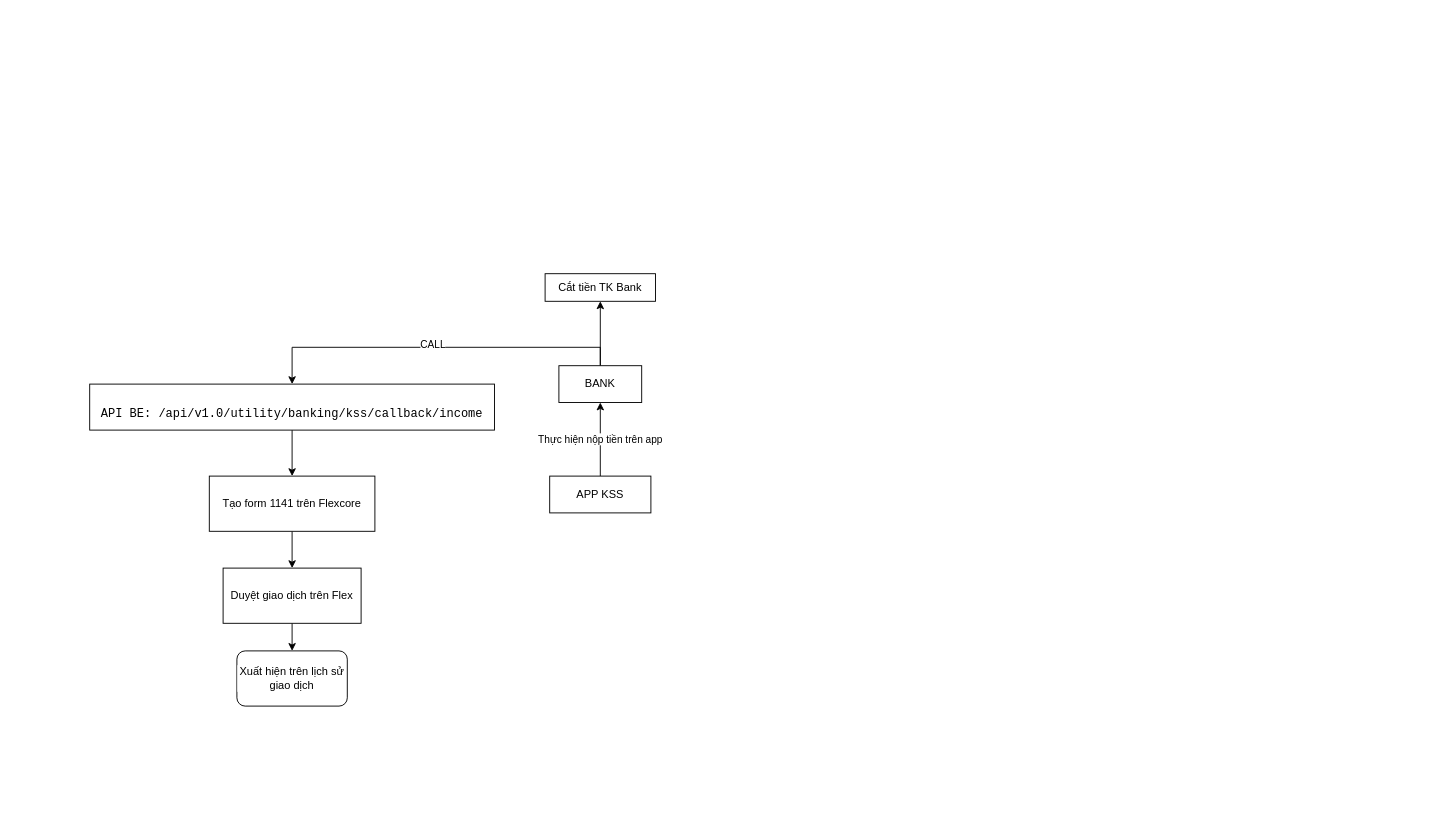
The draw.io diagram Untitled Diagram.drawio in VIethoangnguyenle/Calculator-SOAP-Service, before the edit. Source tidied: cells renumbered, new cells numbered last; positions are measured from the earlier drawing's top-left corner, leaving out a move shared by most shapes. Both pictures are drawn from the tidied source at 92%, with x=0, y=0 at pixel (89, 273).
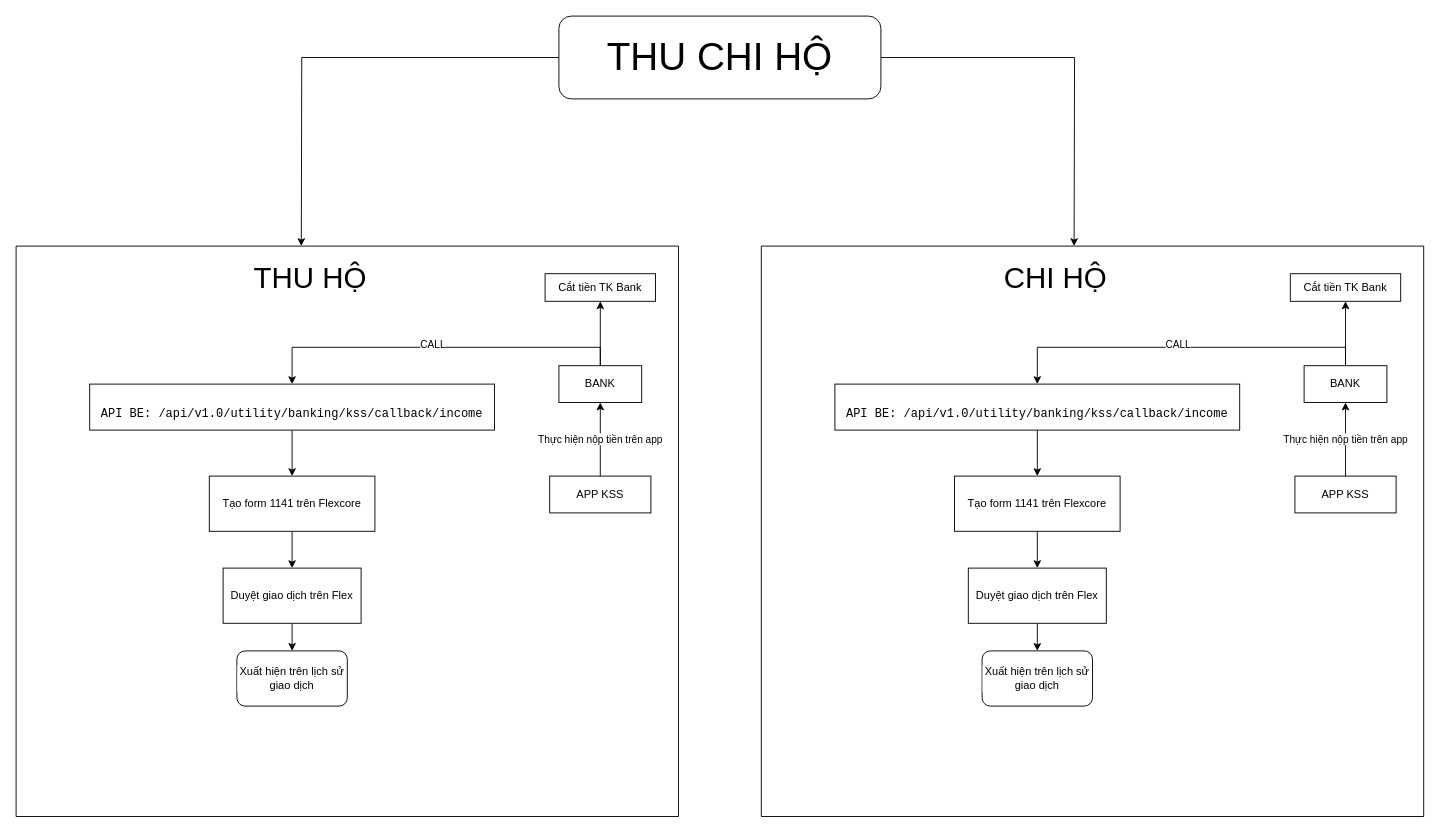
Above is the later version.

What changed in the source:
```diff
@@
+    <mxCell id="16" value="&lt;font style=&quot;font-size: 32px&quot;&gt;THU HỘ&lt;/font&gt;" style="text;html=1;strokeColor=none;fillColor=none;align=center;verticalAlign=middle;whiteSpace=wrap;rounded=0;labelBackgroundColor=#FFFFFF;fontColor=#000000;" parent="1" vertex="1">
+      <mxGeometry x="160" y="-10" width="160" height="30" as="geometry" />
+    </mxCell>
+    <mxCell id="17" style="endArrow=none;html=1;rounded=0;fontSize=32;fontColor=#000000;" parent="1" edge="1">
+      <mxGeometry relative="1" as="geometry">
+        <mxPoint x="640" y="-30" as="sourcePoint" />
+        <mxPoint x="-80" y="-30" as="targetPoint" />
+      </mxGeometry>
+    </mxCell>
+    <mxCell id="18" style="endArrow=none;html=1;rounded=0;fontSize=32;fontColor=#000000;" parent="1" edge="1">
+      <mxGeometry relative="1" as="geometry">
+        <mxPoint x="-80" y="590" as="sourcePoint" />
+        <mxPoint x="-80" y="-30" as="targetPoint" />
+      </mxGeometry>
+    </mxCell>
+    <mxCell id="19" style="endArrow=none;html=1;rounded=0;fontSize=32;fontColor=#000000;" parent="1" edge="1">
+      <mxGeometry relative="1" as="geometry">
+        <mxPoint x="640" y="590" as="sourcePoint" />
+        <mxPoint x="640" y="-30" as="targetPoint" />
+      </mxGeometry>
+    </mxCell>
+    <mxCell id="20" style="endArrow=none;html=1;rounded=0;fontSize=32;fontColor=#000000;" parent="1" edge="1">
+      <mxGeometry relative="1" as="geometry">
+        <mxPoint x="640" y="590" as="sourcePoint" />
+        <mxPoint x="-80" y="590" as="targetPoint" />
+      </mxGeometry>
+    </mxCell>
+    <mxCell id="21" style="edgeStyle=orthogonalEdgeStyle;rounded=0;jettySize=auto;html=1;exitX=0.5;exitY=0;exitDx=0;exitDy=0;entryX=0.5;entryY=0;entryDx=0;entryDy=0;" parent="1" edge="1" source="24" target="28">
+      <mxGeometry relative="1" as="geometry" />
+    </mxCell>
+    <mxCell id="22" value="CALL" style="edgeLabel;html=1;align=center;verticalAlign=middle;fontColor=#000000;" parent="21" vertex="1">
+      <mxGeometry x="0.03" y="-4" relative="1" as="geometry" />
+    </mxCell>
+    <mxCell id="23" style="edgeStyle=orthogonalEdgeStyle;rounded=0;jettySize=auto;html=1;fontColor=#000000;" parent="1" edge="1" source="24" target="29">
+      <mxGeometry relative="1" as="geometry" />
+    </mxCell>
+    <mxCell id="24" value="BANK" style="rounded=0;whiteSpace=wrap;html=1;" parent="1" vertex="1">
+      <mxGeometry x="1320" y="100" width="90" height="40" as="geometry" />
+    </mxCell>
+    <mxCell id="25" value="Thực hiện nộp tiền trên app" style="edgeStyle=orthogonalEdgeStyle;rounded=0;jettySize=auto;html=1;exitX=0.5;exitY=0;exitDx=0;exitDy=0;" parent="1" edge="1" source="26" target="24">
+      <mxGeometry relative="1" as="geometry" />
+    </mxCell>
+    <mxCell id="26" value="APP KSS" style="rounded=0;whiteSpace=wrap;html=1;" parent="1" vertex="1">
+      <mxGeometry x="1310" y="220" width="110" height="40" as="geometry" />
+    </mxCell>
+    <mxCell id="27" style="edgeStyle=orthogonalEdgeStyle;rounded=0;jettySize=auto;html=1;exitX=0.5;exitY=1;exitDx=0;exitDy=0;entryX=0.5;entryY=0;entryDx=0;entryDy=0;fontColor=#000000;" parent="1" edge="1" source="28" target="31">
+      <mxGeometry relative="1" as="geometry" />
+    </mxCell>
+    <mxCell id="28" value="&lt;br&gt;&lt;pre style=&quot;font-family: &amp;#34;jetbrains mono&amp;#34; , monospace ; font-size: 9.8pt&quot;&gt;&lt;span style=&quot;background-color: rgb(255 , 255 , 255)&quot;&gt;API BE: /api/v1.0/utility/banking/kss/callback/income&lt;/span&gt;&lt;/pre&gt;" style="rounded=0;whiteSpace=wrap;html=1;" parent="1" vertex="1">
+      <mxGeometry x="810" y="120" width="440" height="50" as="geometry" />
+    </mxCell>
+    <mxCell id="29" value="Cắt tiền TK Bank" style="rounded=0;whiteSpace=wrap;html=1;labelBackgroundColor=#FFFFFF;fontColor=#000000;" parent="1" vertex="1">
+      <mxGeometry x="1305" width="120" height="30" as="geometry" />
+    </mxCell>
+    <mxCell id="30" style="edgeStyle=orthogonalEdgeStyle;rounded=0;jettySize=auto;html=1;exitX=0.5;exitY=1;exitDx=0;exitDy=0;entryX=0.5;entryY=0;entryDx=0;entryDy=0;fontColor=#000000;" parent="1" edge="1" source="31" target="33">
+      <mxGeometry relative="1" as="geometry" />
+    </mxCell>
+    <mxCell id="31" value="Tạo form 1141 trên Flexcore" style="rounded=0;whiteSpace=wrap;html=1;labelBackgroundColor=#FFFFFF;fontColor=#000000;" parent="1" vertex="1">
+      <mxGeometry x="940" y="220" width="180" height="60" as="geometry" />
+    </mxCell>
+    <mxCell id="32" style="edgeStyle=orthogonalEdgeStyle;rounded=0;jettySize=auto;html=1;exitX=0.5;exitY=1;exitDx=0;exitDy=0;entryX=0.5;entryY=0;entryDx=0;entryDy=0;fontColor=#000000;" parent="1" edge="1" source="33" target="34">
+      <mxGeometry relative="1" as="geometry" />
+    </mxCell>
+    <mxCell id="33" value="Duyệt giao dịch trên Flex" style="rounded=0;whiteSpace=wrap;html=1;labelBackgroundColor=#FFFFFF;fontColor=#000000;" parent="1" vertex="1">
+      <mxGeometry x="955" y="320" width="150" height="60" as="geometry" />
+    </mxCell>
+    <mxCell id="34" value="Xuất hiện trên lịch sử giao dịch" style="rounded=1;whiteSpace=wrap;html=1;labelBackgroundColor=#FFFFFF;fontColor=#000000;" parent="1" vertex="1">
+      <mxGeometry x="970" y="410" width="120" height="60" as="geometry" />
+    </mxCell>
+    <mxCell id="35" value="&lt;font style=&quot;font-size: 32px&quot;&gt;CHI HỘ&lt;/font&gt;" style="text;html=1;strokeColor=none;fillColor=none;align=center;verticalAlign=middle;whiteSpace=wrap;rounded=0;labelBackgroundColor=#FFFFFF;fontColor=#000000;" parent="1" vertex="1">
+      <mxGeometry x="970" y="-10" width="160" height="30" as="geometry" />
+    </mxCell>
+    <mxCell id="36" style="endArrow=none;html=1;rounded=0;fontSize=32;fontColor=#000000;" parent="1" edge="1">
+      <mxGeometry relative="1" as="geometry">
+        <mxPoint x="1450" y="-30" as="sourcePoint" />
+        <mxPoint x="730" y="-30" as="targetPoint" />
+      </mxGeometry>
+    </mxCell>
+    <mxCell id="37" style="endArrow=none;html=1;rounded=0;fontSize=32;fontColor=#000000;" parent="1" edge="1">
+      <mxGeometry relative="1" as="geometry">
+        <mxPoint x="730" y="590" as="sourcePoint" />
+        <mxPoint x="730" y="-30" as="targetPoint" />
+      </mxGeometry>
+    </mxCell>
+    <mxCell id="38" style="endArrow=none;html=1;rounded=0;fontSize=32;fontColor=#000000;" parent="1" edge="1">
+      <mxGeometry relative="1" as="geometry">
+        <mxPoint x="1450" y="590" as="sourcePoint" />
+        <mxPoint x="1450" y="-30" as="targetPoint" />
+      </mxGeometry>
+    </mxCell>
+    <mxCell id="39" style="endArrow=none;html=1;rounded=0;fontSize=32;fontColor=#000000;" parent="1" edge="1">
+      <mxGeometry relative="1" as="geometry">
+        <mxPoint x="1450" y="590" as="sourcePoint" />
+        <mxPoint x="730" y="590" as="targetPoint" />
+      </mxGeometry>
+    </mxCell>
+    <mxCell id="40" style="edgeStyle=orthogonalEdgeStyle;rounded=0;jettySize=auto;html=1;fontSize=42;fontColor=#000000;" parent="1" edge="1" source="42">
+      <mxGeometry relative="1" as="geometry">
+        <mxPoint x="1070" y="-30" as="targetPoint" />
+      </mxGeometry>
+    </mxCell>
+    <mxCell id="41" style="edgeStyle=orthogonalEdgeStyle;rounded=0;jettySize=auto;html=1;exitX=0;exitY=0.5;exitDx=0;exitDy=0;fontSize=42;fontColor=#000000;" parent="1" edge="1" source="42">
+      <mxGeometry relative="1" as="geometry">
+        <mxPoint x="230" y="-30" as="targetPoint" />
+      </mxGeometry>
+    </mxCell>
+    <mxCell id="42" value="&lt;font style=&quot;font-size: 42px&quot;&gt;THU CHI HỘ&lt;/font&gt;" style="rounded=1;whiteSpace=wrap;html=1;labelBackgroundColor=#FFFFFF;fontSize=32;fontColor=#000000;" parent="1" vertex="1">
+      <mxGeometry x="510" y="-280" width="350" height="90" as="geometry" />
+    </mxCell>
```
